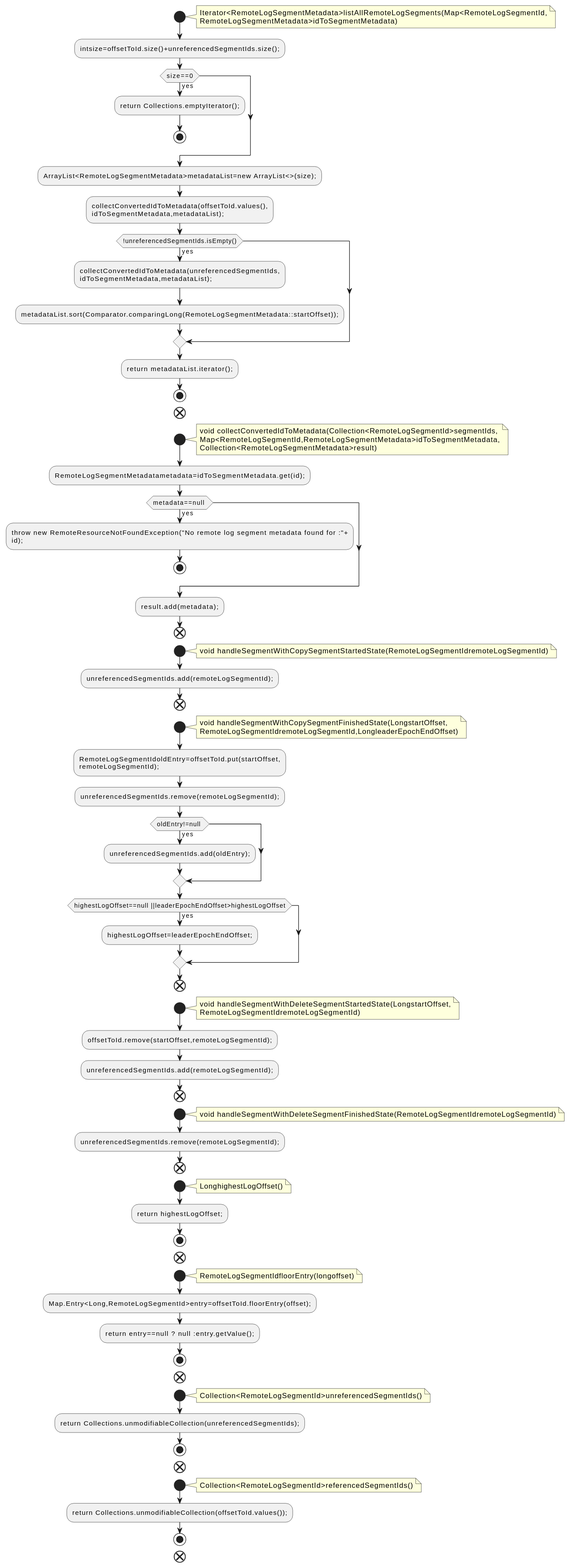
Before: docs/qc/storage/src/main/java/org/apache/kafka/server/log/remote/metadata/storage/RemoteLogLeaderEpochState.java.fct.svg, a diagram exported from PlantUML (qualitesys/kafka).
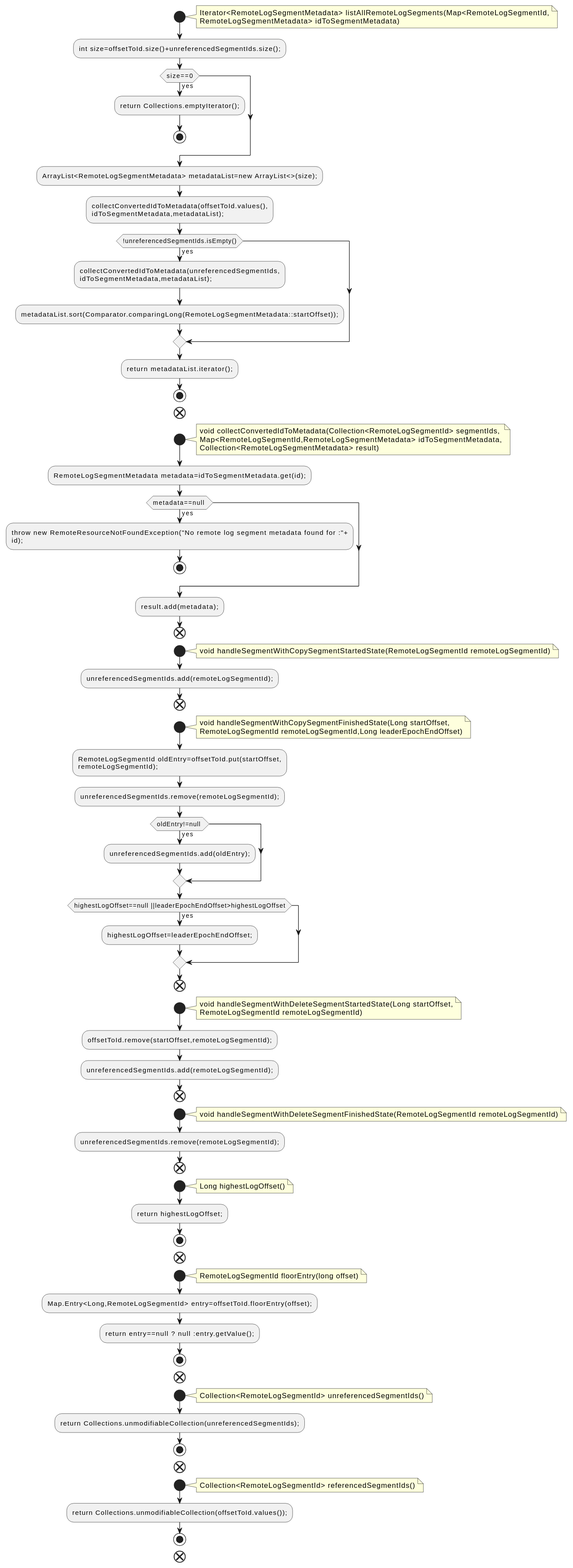
After the change.

The edit, as a diff of the source:
```diff
@@ -2,15 +2,15 @@
 !pragma layout smetana
 start
 note right
-Iterator<RemoteLogSegmentMetadata>listAllRemoteLogSegments(Map<RemoteLogSegmentId,
-RemoteLogSegmentMetadata>idToSegmentMetadata)
+Iterator<RemoteLogSegmentMetadata> listAllRemoteLogSegments(Map<RemoteLogSegmentId,
+RemoteLogSegmentMetadata> idToSegmentMetadata)
 end note
-:intsize=offsetToId.size()+unreferencedSegmentIds.size();;
+:int size=offsetToId.size()+unreferencedSegmentIds.size();;
 if (size==0) then (yes)
 :return Collections.emptyIterator();;
 stop
 endif
-:ArrayList<RemoteLogSegmentMetadata>metadataList=new ArrayList<>(size);;
+:ArrayList<RemoteLogSegmentMetadata> metadataList=new ArrayList<>(size);;
 :collectConvertedIdToMetadata(offsetToId.values(),
 idToSegmentMetadata,metadataList);;
 if (!unreferencedSegmentIds.isEmpty()) then (yes)
@@ -23,11 +23,11 @@
 end
 start
 note right
-void collectConvertedIdToMetadata(Collection<RemoteLogSegmentId>segmentIds,
-Map<RemoteLogSegmentId,RemoteLogSegmentMetadata>idToSegmentMetadata,
-Collection<RemoteLogSegmentMetadata>result)
+void collectConvertedIdToMetadata(Collection<RemoteLogSegmentId> segmentIds,
+Map<RemoteLogSegmentId,RemoteLogSegmentMetadata> idToSegmentMetadata,
+Collection<RemoteLogSegmentMetadata> result)
 end note
-:RemoteLogSegmentMetadatametadata=idToSegmentMetadata.get(id);;
+:RemoteLogSegmentMetadata metadata=idToSegmentMetadata.get(id);;
 if (metadata==null ) then (yes)
 :throw new RemoteResourceNotFoundException("No remote log segment metadata found for :"+
 id);;
@@ -37,16 +37,16 @@
 end
 start
 note right
-void handleSegmentWithCopySegmentStartedState(RemoteLogSegmentIdremoteLogSegmentId)
+void handleSegmentWithCopySegmentStartedState(RemoteLogSegmentId remoteLogSegmentId)
 end note
 :unreferencedSegmentIds.add(remoteLogSegmentId);;
 end
 start
 note right
-void handleSegmentWithCopySegmentFinishedState(LongstartOffset,
-RemoteLogSegmentIdremoteLogSegmentId,LongleaderEpochEndOffset)
+void handleSegmentWithCopySegmentFinishedState(Long startOffset,
+RemoteLogSegmentId remoteLogSegmentId,Long leaderEpochEndOffset)
 end note
-:RemoteLogSegmentIdoldEntry=offsetToId.put(startOffset,
+:RemoteLogSegmentId oldEntry=offsetToId.put(startOffset,
 remoteLogSegmentId);;
 :unreferencedSegmentIds.remove(remoteLogSegmentId);;
 if (oldEntry!=null ) then (yes)
@@ -58,43 +58,43 @@
 end
 start
 note right
-void handleSegmentWithDeleteSegmentStartedState(LongstartOffset,
-RemoteLogSegmentIdremoteLogSegmentId)
+void handleSegmentWithDeleteSegmentStartedState(Long startOffset,
+RemoteLogSegmentId remoteLogSegmentId)
 end note
 :offsetToId.remove(startOffset,remoteLogSegmentId);;
 :unreferencedSegmentIds.add(remoteLogSegmentId);;
 end
 start
 note right
-void handleSegmentWithDeleteSegmentFinishedState(RemoteLogSegmentIdremoteLogSegmentId)
+void handleSegmentWithDeleteSegmentFinishedState(RemoteLogSegmentId remoteLogSegmentId)
 end note
 :unreferencedSegmentIds.remove(remoteLogSegmentId);;
 end
 start
 note right
-LonghighestLogOffset()
+Long highestLogOffset()
 end note
 :return highestLogOffset;;
 stop
 end
 start
 note right
-RemoteLogSegmentIdfloorEntry(longoffset)
+RemoteLogSegmentId floorEntry(long offset)
 end note
-:Map.Entry<Long,RemoteLogSegmentId>entry=offsetToId.floorEntry(offset);;
+:Map.Entry<Long,RemoteLogSegmentId> entry=offsetToId.floorEntry(offset);;
 :return entry==null ? null :entry.getValue();;
 stop
 end
 start
 note right
-Collection<RemoteLogSegmentId>unreferencedSegmentIds()
+Collection<RemoteLogSegmentId> unreferencedSegmentIds()
 end note
 :return Collections.unmodifiableCollection(unreferencedSegmentIds);;
 stop
 end
 start
 note right
-Collection<RemoteLogSegmentId>referencedSegmentIds()
+Collection<RemoteLogSegmentId> referencedSegmentIds()
 end note
 :return Collections.unmodifiableCollection(offsetToId.values());;
 stop
```
